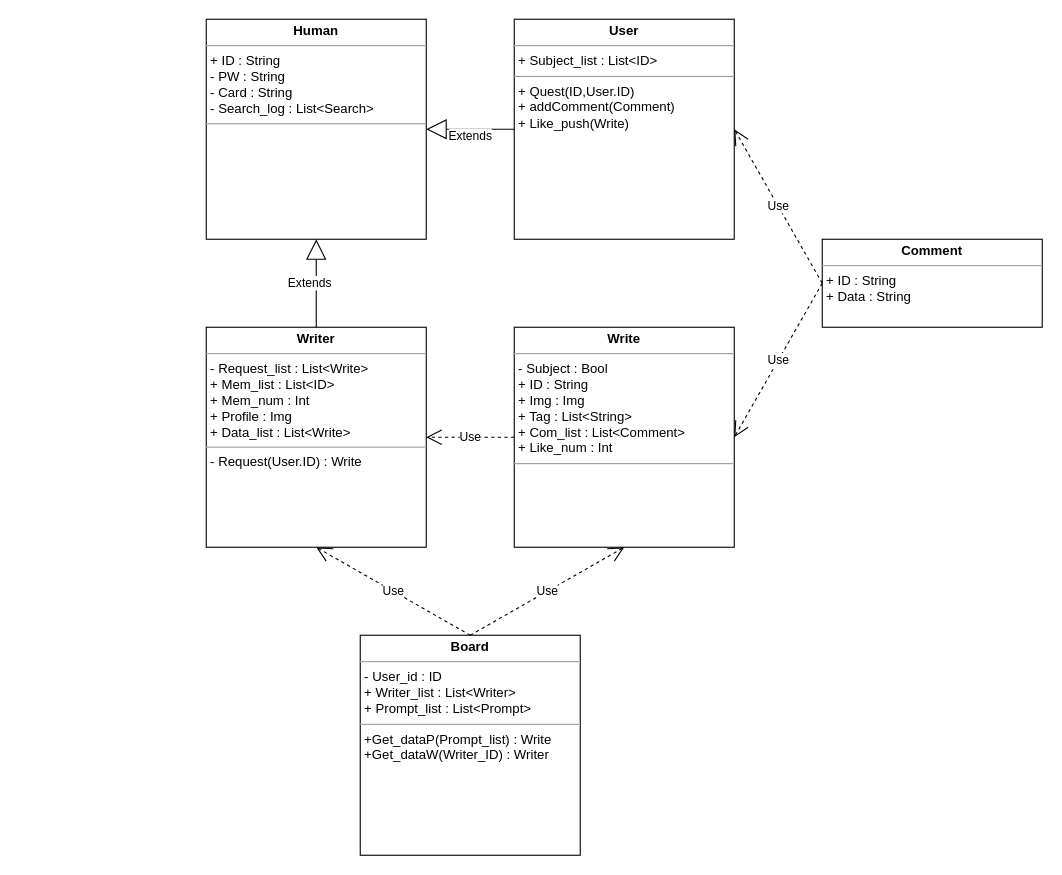
dnjsrl132/barogrim keeps this draw.io diagram as Classdiagram.drawio. Above is the earlier version. Source tidied: cells renumbered, new cells numbered last; positions are measured from the earlier drawing's top-left corner, leaving out a move shared by most shapes. Both pictures are drawn from the tidied source at 110%, with x=0, y=0 at pixel (206, 19).
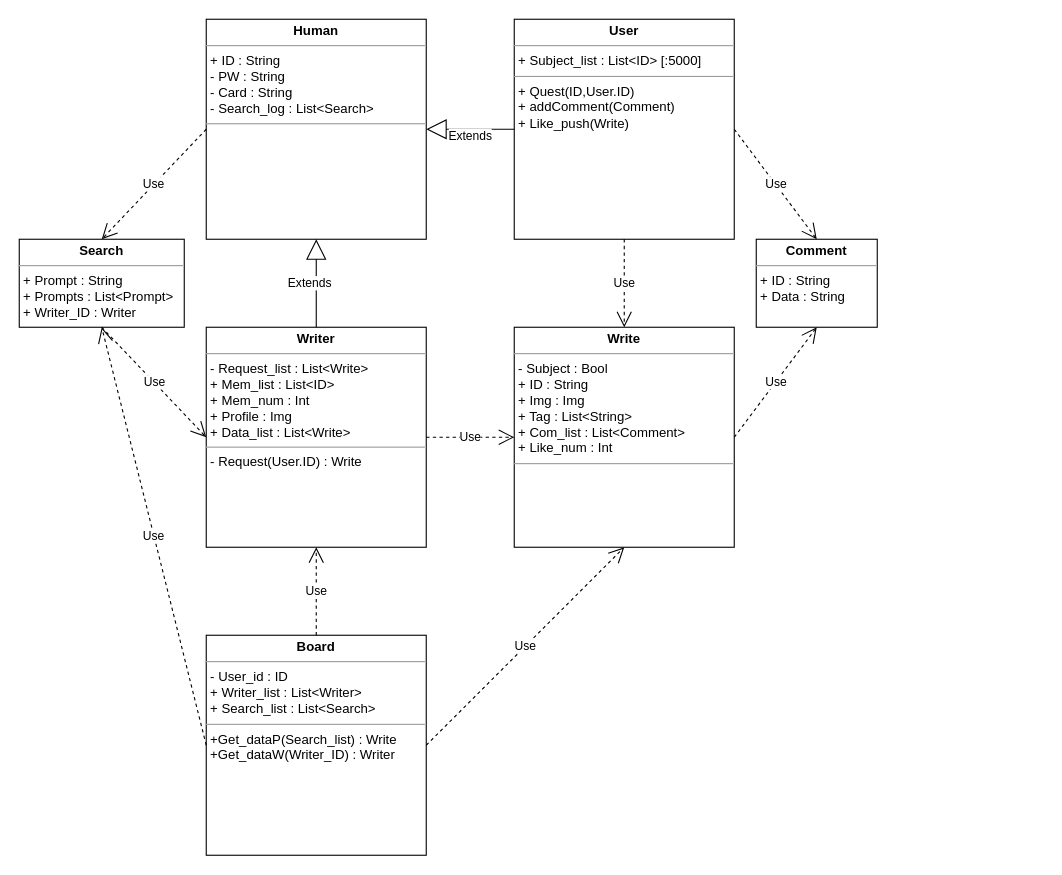
Above is the later version.

Diff of the diagram source:
```diff
@@
 <mxGraphModel>
   <root>
     <mxCell id="0" />
     <mxCell id="1" parent="0" />
     <mxCell id="2" value="&lt;p style=&quot;margin:0px;margin-top:4px;text-align:center;&quot;&gt;&lt;b&gt;Human&lt;/b&gt;&lt;/p&gt;&lt;hr size=&quot;1&quot;&gt;&lt;p style=&quot;margin:0px;margin-left:4px;&quot;&gt;&lt;span style=&quot;background-color: initial;&quot;&gt;+ ID : String&lt;/span&gt;&lt;br&gt;&lt;/p&gt;&lt;p style=&quot;margin:0px;margin-left:4px;&quot;&gt;- PW : String&lt;/p&gt;&lt;p style=&quot;margin:0px;margin-left:4px;&quot;&gt;- Card : String&lt;/p&gt;&lt;p style=&quot;margin:0px;margin-left:4px;&quot;&gt;- Search_log : List&amp;lt;Search&amp;gt;&lt;/p&gt;&lt;hr size=&quot;1&quot;&gt;&lt;p style=&quot;margin:0px;margin-left:4px;&quot;&gt;&lt;br&gt;&lt;/p&gt;" style="verticalAlign=top;align=left;overflow=fill;fontSize=12;fontFamily=Helvetica;html=1;rounded=0;shadow=0;comic=0;labelBackgroundColor=none;strokeWidth=1;" parent="1" vertex="1">
       <mxGeometry width="200" height="200" as="geometry" />
     </mxCell>
-    <mxCell id="3" value="&lt;p style=&quot;margin:0px;margin-top:4px;text-align:center;&quot;&gt;&lt;b&gt;User&lt;/b&gt;&lt;/p&gt;&lt;hr size=&quot;1&quot;&gt;&lt;p style=&quot;margin:0px;margin-left:4px;&quot;&gt;&lt;span style=&quot;background-color: initial;&quot;&gt;+ Subject_list : List&amp;lt;ID&amp;gt;&lt;/span&gt;&lt;br&gt;&lt;/p&gt;&lt;hr size=&quot;1&quot;&gt;&lt;p style=&quot;margin:0px;margin-left:4px;&quot;&gt;+ Quest(ID,User.ID)&lt;/p&gt;&lt;p style=&quot;margin:0px;margin-left:4px;&quot;&gt;+ addComment(Comment)&lt;/p&gt;&lt;p style=&quot;margin:0px;margin-left:4px;&quot;&gt;+ Like_push(Write)&lt;/p&gt;&lt;p style=&quot;margin:0px;margin-left:4px;&quot;&gt;&lt;br&gt;&lt;/p&gt;" style="verticalAlign=top;align=left;overflow=fill;fontSize=12;fontFamily=Helvetica;html=1;rounded=0;shadow=0;comic=0;labelBackgroundColor=none;strokeWidth=1;" parent="1" vertex="1">
+    <mxCell id="3" value="&lt;p style=&quot;margin:0px;margin-top:4px;text-align:center;&quot;&gt;&lt;b&gt;User&lt;/b&gt;&lt;/p&gt;&lt;hr size=&quot;1&quot;&gt;&lt;p style=&quot;margin:0px;margin-left:4px;&quot;&gt;&lt;span style=&quot;background-color: initial;&quot;&gt;+ Subject_list : List&amp;lt;ID&amp;gt; [:5000]&lt;/span&gt;&lt;br&gt;&lt;/p&gt;&lt;hr size=&quot;1&quot;&gt;&lt;p style=&quot;margin:0px;margin-left:4px;&quot;&gt;+ Quest(ID,User.ID)&lt;/p&gt;&lt;p style=&quot;margin:0px;margin-left:4px;&quot;&gt;+ addComment(Comment)&lt;/p&gt;&lt;p style=&quot;margin:0px;margin-left:4px;&quot;&gt;+ Like_push(Write)&lt;/p&gt;&lt;p style=&quot;margin:0px;margin-left:4px;&quot;&gt;&lt;br&gt;&lt;/p&gt;" style="verticalAlign=top;align=left;overflow=fill;fontSize=12;fontFamily=Helvetica;html=1;rounded=0;shadow=0;comic=0;labelBackgroundColor=none;strokeWidth=1;" parent="1" vertex="1">
       <mxGeometry x="280" width="200" height="200" as="geometry" />
     </mxCell>
     <mxCell id="4" value="&lt;p style=&quot;margin:0px;margin-top:4px;text-align:center;&quot;&gt;&lt;b&gt;Writer&lt;/b&gt;&lt;/p&gt;&lt;hr size=&quot;1&quot;&gt;&lt;p style=&quot;margin:0px;margin-left:4px;&quot;&gt;&lt;span style=&quot;background-color: initial;&quot;&gt;- Request_list : List&amp;lt;Write&amp;gt;&lt;/span&gt;&lt;/p&gt;&lt;p style=&quot;margin:0px;margin-left:4px;&quot;&gt;&lt;span style=&quot;background-color: initial;&quot;&gt;+ Mem_list : List&amp;lt;ID&amp;gt;&lt;/span&gt;&lt;/p&gt;&lt;p style=&quot;margin:0px;margin-left:4px;&quot;&gt;&lt;span style=&quot;background-color: initial;&quot;&gt;+ Mem_num : Int&lt;/span&gt;&lt;/p&gt;&lt;p style=&quot;margin:0px;margin-left:4px;&quot;&gt;&lt;span style=&quot;background-color: initial;&quot;&gt;+ Profile : Img&lt;/span&gt;&lt;/p&gt;&lt;p style=&quot;margin:0px;margin-left:4px;&quot;&gt;&lt;span style=&quot;background-color: initial;&quot;&gt;+ Data_list : List&amp;lt;Write&amp;gt;&lt;/span&gt;&lt;/p&gt;&lt;hr size=&quot;1&quot;&gt;&lt;p style=&quot;margin:0px;margin-left:4px;&quot;&gt;- Request(User.ID) : Write&lt;/p&gt;&lt;p style=&quot;margin:0px;margin-left:4px;&quot;&gt;&lt;br&gt;&lt;/p&gt;&lt;p style=&quot;margin:0px;margin-left:4px;&quot;&gt;&lt;br&gt;&lt;/p&gt;" style="verticalAlign=top;align=left;overflow=fill;fontSize=12;fontFamily=Helvetica;html=1;rounded=0;shadow=0;comic=0;labelBackgroundColor=none;strokeWidth=1;" parent="1" vertex="1">
       <mxGeometry y="280" width="200" height="200" as="geometry" />
     </mxCell>
     <mxCell id="5" value="&lt;p style=&quot;margin:0px;margin-top:4px;text-align:center;&quot;&gt;&lt;b&gt;Write&lt;/b&gt;&lt;/p&gt;&lt;hr size=&quot;1&quot;&gt;&lt;p style=&quot;margin:0px;margin-left:4px;&quot;&gt;&lt;span style=&quot;background-color: initial;&quot;&gt;- Subject : Bool&lt;/span&gt;&lt;/p&gt;&lt;p style=&quot;margin:0px;margin-left:4px;&quot;&gt;&lt;span style=&quot;background-color: initial;&quot;&gt;+ ID : String&lt;/span&gt;&lt;/p&gt;&lt;p style=&quot;margin:0px;margin-left:4px;&quot;&gt;+ Img : Img&lt;/p&gt;&lt;p style=&quot;margin:0px;margin-left:4px;&quot;&gt;+ Tag : List&amp;lt;String&amp;gt;&lt;/p&gt;&lt;p style=&quot;margin:0px;margin-left:4px;&quot;&gt;+ Com_list : List&amp;lt;Comment&amp;gt;&lt;/p&gt;&lt;p style=&quot;margin:0px;margin-left:4px;&quot;&gt;+ Like_num : Int&lt;br&gt;&lt;/p&gt;&lt;hr size=&quot;1&quot;&gt;&lt;p style=&quot;margin:0px;margin-left:4px;&quot;&gt;&lt;br&gt;&lt;/p&gt;" style="verticalAlign=top;align=left;overflow=fill;fontSize=12;fontFamily=Helvetica;html=1;rounded=0;shadow=0;comic=0;labelBackgroundColor=none;strokeWidth=1;" parent="1" vertex="1">
       <mxGeometry x="280" y="280" width="200" height="200" as="geometry" />
     </mxCell>
-    <mxCell id="6" value="&lt;p style=&quot;margin:0px;margin-top:4px;text-align:center;&quot;&gt;&lt;b&gt;Board&lt;/b&gt;&lt;/p&gt;&lt;hr size=&quot;1&quot;&gt;&lt;p style=&quot;margin:0px;margin-left:4px;&quot;&gt;&lt;span style=&quot;background-color: initial;&quot;&gt;- User_id : ID&lt;/span&gt;&lt;/p&gt;&lt;p style=&quot;margin:0px;margin-left:4px;&quot;&gt;+ Writer_list : List&amp;lt;Writer&amp;gt;&lt;/p&gt;&lt;p style=&quot;margin:0px;margin-left:4px;&quot;&gt;+ Prompt_list : List&amp;lt;Prompt&amp;gt;&lt;/p&gt;&lt;hr size=&quot;1&quot;&gt;&lt;p style=&quot;margin:0px;margin-left:4px;&quot;&gt;+Get_dataP(Prompt_list) : Write&lt;/p&gt;&lt;p style=&quot;margin:0px;margin-left:4px;&quot;&gt;+Get_dataW(Writer_ID) : Writer&lt;/p&gt;" style="verticalAlign=top;align=left;overflow=fill;fontSize=12;fontFamily=Helvetica;html=1;rounded=0;shadow=0;comic=0;labelBackgroundColor=none;strokeWidth=1;" parent="1" vertex="1">
-      <mxGeometry x="140" y="560" width="200" height="200" as="geometry" />
+    <mxCell id="6" value="&lt;p style=&quot;margin:0px;margin-top:4px;text-align:center;&quot;&gt;&lt;b&gt;Board&lt;/b&gt;&lt;/p&gt;&lt;hr size=&quot;1&quot;&gt;&lt;p style=&quot;margin:0px;margin-left:4px;&quot;&gt;&lt;span style=&quot;background-color: initial;&quot;&gt;- User_id : ID&lt;/span&gt;&lt;/p&gt;&lt;p style=&quot;margin:0px;margin-left:4px;&quot;&gt;+ Writer_list : List&amp;lt;Writer&amp;gt;&lt;/p&gt;&lt;p style=&quot;margin:0px;margin-left:4px;&quot;&gt;+ Search_list : List&amp;lt;Search&amp;gt;&lt;/p&gt;&lt;hr size=&quot;1&quot;&gt;&lt;p style=&quot;margin:0px;margin-left:4px;&quot;&gt;+Get_dataP(Search_list) : Write&lt;/p&gt;&lt;p style=&quot;margin:0px;margin-left:4px;&quot;&gt;+Get_dataW(Writer_ID) : Writer&lt;/p&gt;" style="verticalAlign=top;align=left;overflow=fill;fontSize=12;fontFamily=Helvetica;html=1;rounded=0;shadow=0;comic=0;labelBackgroundColor=none;strokeWidth=1;" parent="1" vertex="1">
+      <mxGeometry y="560" width="200" height="200" as="geometry" />
     </mxCell>
-    <mxCell id="7" value="Use" style="endArrow=open;endSize=12;dashed=1;html=1;rounded=0;exitX=0;exitY=0.5;exitDx=0;exitDy=0;" parent="1" edge="1" source="5" target="4">
+    <mxCell id="7" value="Use" style="endArrow=open;endSize=12;dashed=1;html=1;rounded=0;entryX=0;entryY=0.5;entryDx=0;entryDy=0;exitX=1;exitY=0.5;exitDx=0;exitDy=0;" parent="1" edge="1" source="4" target="5">
       <mxGeometry relative="1" as="geometry" />
     </mxCell>
-    <mxCell id="8" value="Use" style="endArrow=open;endSize=12;dashed=1;html=1;rounded=0;entryX=0.5;entryY=1;entryDx=0;entryDy=0;exitX=0.5;exitY=0;exitDx=0;exitDy=0;" parent="1" edge="1" source="6" target="5">
-      <mxGeometry relative="1" as="geometry" />
-    </mxCell>
-    <mxCell id="9" value="Use" style="endArrow=open;endSize=12;dashed=1;html=1;rounded=0;entryX=0.5;entryY=1;entryDx=0;entryDy=0;exitX=0.5;exitY=0;exitDx=0;exitDy=0;" parent="1" edge="1" source="6" target="4">
-      <mxGeometry relative="1" as="geometry" />
-    </mxCell>
     <mxCell id="10" value="Extends" style="endArrow=block;endSize=16;endFill=0;html=1;rounded=0;exitX=0;exitY=0.5;exitDx=0;exitDy=0;entryX=1;entryY=0.5;entryDx=0;entryDy=0;" parent="1" edge="1" source="3" target="2">
       <mxGeometry y="6" relative="1" as="geometry" />
     </mxCell>
     <mxCell id="11" value="Extends" style="endArrow=block;endSize=16;endFill=0;html=1;rounded=0;exitX=0.5;exitY=0;exitDx=0;exitDy=0;entryX=0.5;entryY=1;entryDx=0;entryDy=0;" parent="1" edge="1" source="4" target="2">
       <mxGeometry y="6" relative="1" as="geometry" />
     </mxCell>
     <mxCell id="12" value="&lt;p style=&quot;margin:0px;margin-top:4px;text-align:center;&quot;&gt;&lt;b&gt;Comment&lt;/b&gt;&lt;/p&gt;&lt;hr size=&quot;1&quot;&gt;&lt;p style=&quot;margin:0px;margin-left:4px;&quot;&gt;+ ID : String&lt;/p&gt;&lt;p style=&quot;margin:0px;margin-left:4px;&quot;&gt;+ Data : String&lt;/p&gt;" style="verticalAlign=top;align=left;overflow=fill;fontSize=12;fontFamily=Helvetica;html=1;rounded=0;shadow=0;comic=0;labelBackgroundColor=none;strokeWidth=1;" parent="1" vertex="1">
-      <mxGeometry x="560" y="200" width="200" height="80" as="geometry" />
+      <mxGeometry x="500" y="200" width="110" height="80" as="geometry" />
     </mxCell>
-    <mxCell id="13" value="Use" style="endArrow=open;endSize=12;dashed=1;html=1;rounded=0;exitX=0;exitY=0.5;exitDx=0;exitDy=0;entryX=1;entryY=0.5;entryDx=0;entryDy=0;" parent="1" edge="1" source="12" target="3">
-      <mxGeometry relative="1" as="geometry" />
-    </mxCell>
-    <mxCell id="14" value="Use" style="endArrow=open;endSize=12;dashed=1;html=1;rounded=0;exitX=0;exitY=0.5;exitDx=0;exitDy=0;entryX=1;entryY=0.5;entryDx=0;entryDy=0;" parent="1" edge="1" source="12" target="5">
-      <mxGeometry relative="1" as="geometry" />
-    </mxCell>
+    <mxCell id="15" value="&lt;p style=&quot;margin:0px;margin-top:4px;text-align:center;&quot;&gt;&lt;b&gt;Search&lt;/b&gt;&lt;/p&gt;&lt;hr size=&quot;1&quot;&gt;&lt;p style=&quot;margin:0px;margin-left:4px;&quot;&gt;+ Prompt : String&lt;/p&gt;&lt;p style=&quot;margin:0px;margin-left:4px;&quot;&gt;+ Prompts : List&amp;lt;Prompt&amp;gt;&lt;/p&gt;&lt;p style=&quot;margin:0px;margin-left:4px;&quot;&gt;+ Writer_ID : Writer&lt;/p&gt;" style="verticalAlign=top;align=left;overflow=fill;fontSize=12;fontFamily=Helvetica;html=1;rounded=0;shadow=0;comic=0;labelBackgroundColor=none;strokeWidth=1;" parent="1" vertex="1">
+      <mxGeometry x="-170" y="200" width="150" height="80" as="geometry" />
+    </mxCell>
+    <mxCell id="16" value="Use" style="endArrow=open;endSize=12;dashed=1;html=1;rounded=0;entryX=0.5;entryY=0;entryDx=0;entryDy=0;exitX=0;exitY=0.5;exitDx=0;exitDy=0;" parent="1" edge="1" source="2" target="15">
+      <mxGeometry relative="1" as="geometry" />
+    </mxCell>
+    <mxCell id="17" value="Use" style="endArrow=open;endSize=12;dashed=1;html=1;rounded=0;entryX=0.5;entryY=1;entryDx=0;entryDy=0;exitX=0;exitY=0.5;exitDx=0;exitDy=0;" parent="1" edge="1" source="6" target="15">
+      <mxGeometry relative="1" as="geometry" />
+    </mxCell>
+    <mxCell id="18" value="Use" style="endArrow=open;endSize=12;dashed=1;html=1;rounded=0;entryX=0.5;entryY=0;entryDx=0;entryDy=0;exitX=1;exitY=0.5;exitDx=0;exitDy=0;" parent="1" edge="1" source="3" target="12">
+      <mxGeometry relative="1" as="geometry" />
+    </mxCell>
+    <mxCell id="19" value="Use" style="endArrow=open;endSize=12;dashed=1;html=1;rounded=0;entryX=0.5;entryY=1;entryDx=0;entryDy=0;exitX=1;exitY=0.5;exitDx=0;exitDy=0;" parent="1" edge="1" source="5" target="12">
+      <mxGeometry relative="1" as="geometry" />
+    </mxCell>
+    <mxCell id="8" value="Use" style="endArrow=open;endSize=12;dashed=1;html=1;rounded=0;entryX=0.5;entryY=1;entryDx=0;entryDy=0;exitX=1;exitY=0.5;exitDx=0;exitDy=0;" parent="1" edge="1" source="6" target="5">
+      <mxGeometry relative="1" as="geometry" />
+    </mxCell>
+    <mxCell id="9" value="Use" style="endArrow=open;endSize=12;dashed=1;html=1;rounded=0;entryX=0.5;entryY=1;entryDx=0;entryDy=0;exitX=0.5;exitY=0;exitDx=0;exitDy=0;" parent="1" edge="1" source="6" target="4">
+      <mxGeometry relative="1" as="geometry" />
+    </mxCell>
+    <mxCell id="20" value="Use" style="endArrow=open;endSize=12;dashed=1;html=1;rounded=0;entryX=0.5;entryY=0;entryDx=0;entryDy=0;exitX=0.5;exitY=1;exitDx=0;exitDy=0;" parent="1" edge="1" source="3" target="5">
+      <mxGeometry relative="1" as="geometry" />
+    </mxCell>
+    <mxCell id="21" value="Use" style="endArrow=open;endSize=12;dashed=1;html=1;rounded=0;entryX=0;entryY=0.5;entryDx=0;entryDy=0;exitX=0.5;exitY=1;exitDx=0;exitDy=0;" parent="1" edge="1" source="15" target="4">
+      <mxGeometry relative="1" as="geometry" />
+    </mxCell>
   </root>
 </mxGraphModel>
```
